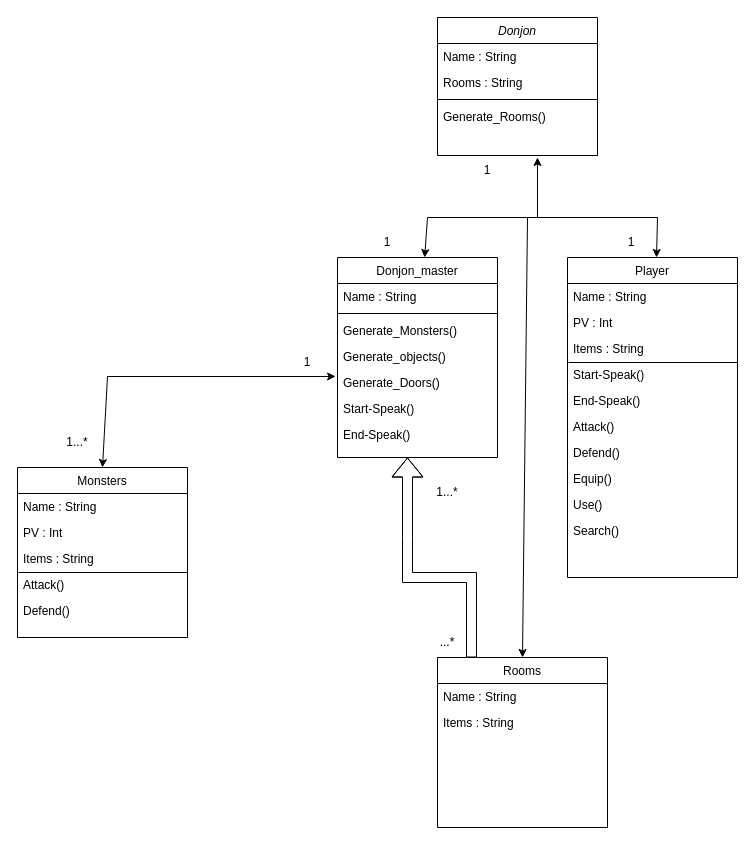
Before: Diagramme de classe.drawio in Longuevville/DonjonQuest, a draw.io diagram. Source tidied: cells renumbered, new cells numbered last; positions are measured from the earlier drawing's top-left corner, leaving out a move shared by most shapes. Both pictures are drawn from the tidied source at 100%, with x=0, y=0 at pixel (17, 17).
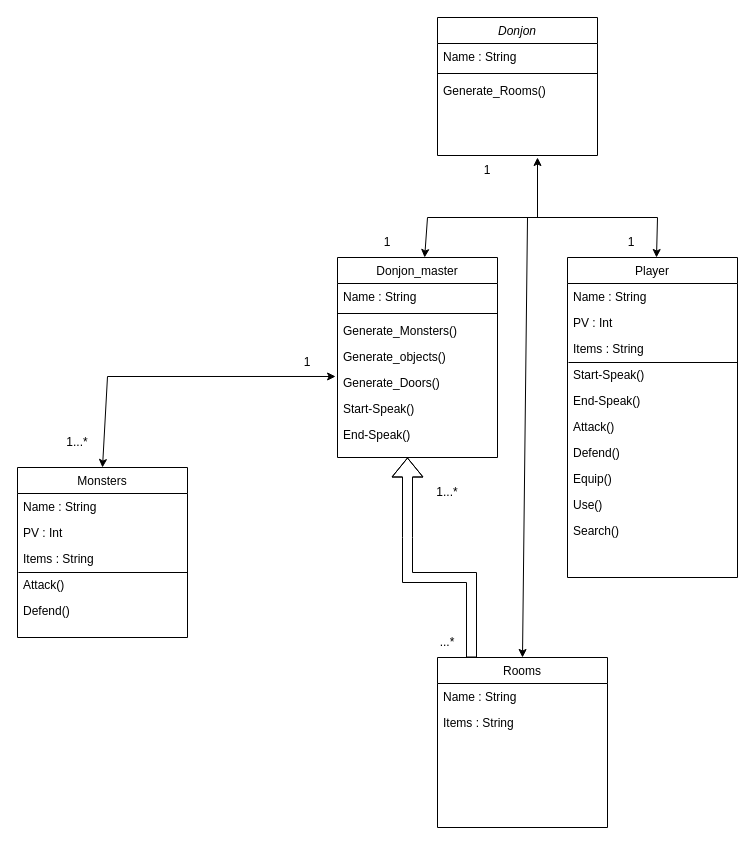
The same diagram, later.

Commit message:
Mettre à jour Diagramme de classe.drawio

Unchanged cells that the change refers to:
```xml
<mxCell id="2" value="Donjon" style="swimlane;fontStyle=2;align=center;verticalAlign=top;horizontal=1;startSize=26;rounded=0;shadow=0;strokeWidth=1;" parent="1" vertex="1">
  <mxGeometry x="420" width="160" height="138" as="geometry" />
</mxCell>
```

Diff of the diagram source:
```diff
@@
-    <mxCell id="4" value="Rooms : String" style="text;align=left;verticalAlign=top;spacingLeft=4;spacingRight=4;overflow=hidden;rounded=0;shadow=0;html=0;" parent="2" vertex="1">
-      <mxGeometry y="52" width="160" height="26" as="geometry" />
-    </mxCell>
     <mxCell id="5" style="line;html=1;strokeWidth=1;align=left;verticalAlign=middle;spacingTop=-1;spacingLeft=3;spacingRight=3;labelPosition=right;" parent="2" vertex="1">
-      <mxGeometry y="78" width="160" height="8" as="geometry" />
+      <mxGeometry y="52" width="160" height="8" as="geometry" />
     </mxCell>
     <mxCell id="6" value="Generate_Rooms()" style="text;align=left;verticalAlign=top;spacingLeft=4;spacingRight=4;overflow=hidden;" parent="2" vertex="1">
-      <mxGeometry y="86" width="160" height="26" as="geometry" />
+      <mxGeometry y="60" width="160" height="26" as="geometry" />
     </mxCell>
```
